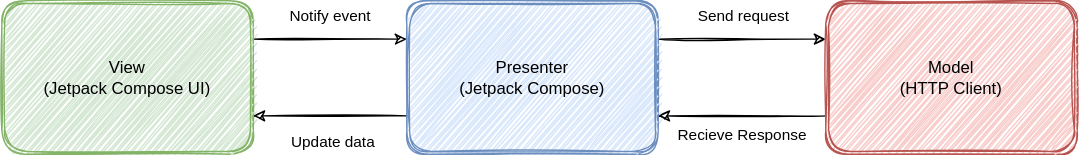
Above: docs/architecture.drawio.svg in kaleidot725/Jetpack-Compose-Molecule-Demo (draw.io), before the change. Source tidied: cells renumbered, new cells last; positions are measured from the earlier drawing's top-left corner, leaving out a move shared by most shapes.
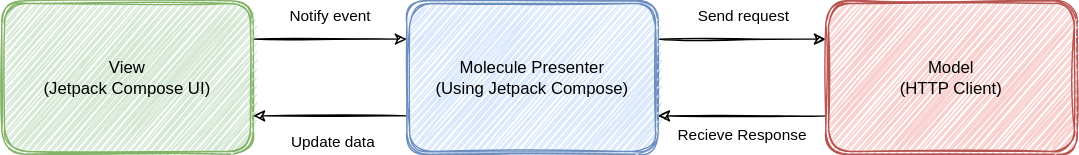
Later version of the same file.

Change to the diagram source:
```diff
@@ -24,7 +24,7 @@
     <mxCell id="7" style="edgeStyle=none;html=1;exitX=0;exitY=0.75;exitDx=0;exitDy=0;entryX=1;entryY=0.75;entryDx=0;entryDy=0;sketch=1;" parent="1" edge="1" source="8" target="4">
       <mxGeometry relative="1" as="geometry" />
     </mxCell>
-    <mxCell id="8" value="Presenter&lt;br&gt;(Jetpack Compose)" style="shape=ext;double=1;rounded=1;whiteSpace=wrap;html=1;fillColor=#dae8fc;strokeColor=#6c8ebf;sketch=1;" parent="1" vertex="1">
+    <mxCell id="8" value="Molecule Presenter&lt;br&gt;(Using Jetpack Compose)" style="shape=ext;double=1;rounded=1;whiteSpace=wrap;html=1;fillColor=#dae8fc;strokeColor=#6c8ebf;sketch=1;" parent="1" vertex="1">
       <mxGeometry x="290" width="180" height="110" as="geometry" />
     </mxCell>
     <mxCell id="9" style="edgeStyle=none;html=1;exitX=0;exitY=0.75;exitDx=0;exitDy=0;entryX=1;entryY=0.75;entryDx=0;entryDy=0;sketch=1;" parent="1" edge="1" source="10" target="8">
```
